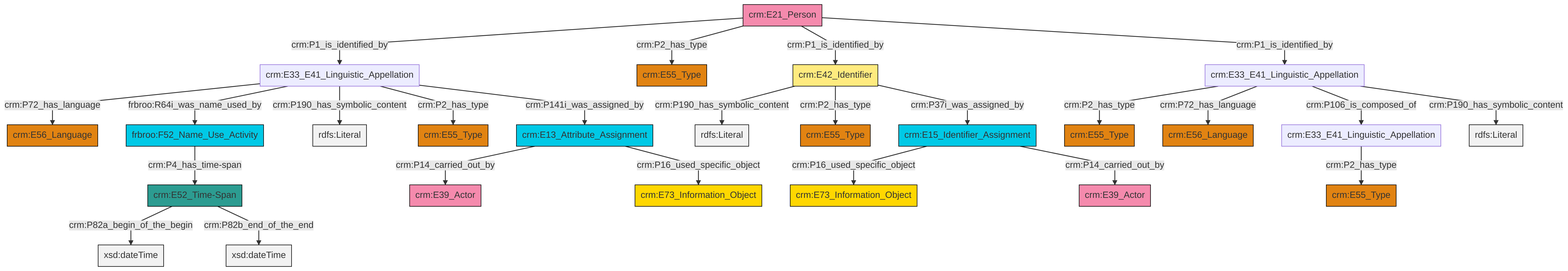
swiss-art-research-net/docs.swissartresearch keeps this Mermaid diagram as et/personCSV/ttl/mmd/png/Person_Names_and_Classification.png. Above is the earlier version. Its source is kept beside it as et/personCSV/ttl/mmd/Person_Names_and_Classification.ttl.mmd.
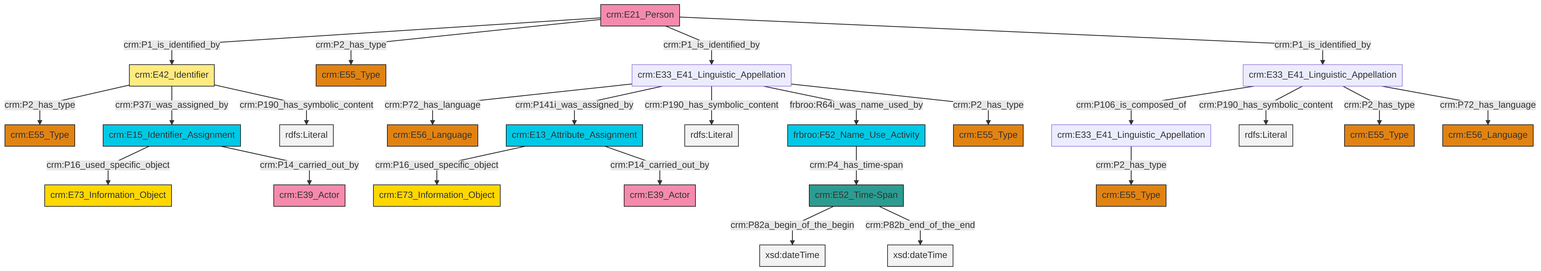
The same file after the commit.

Change to the diagram source:
```diff
@@ -13,27 +13,27 @@
 classDef PC_Classes fill:#4ce600, stroke:#000000;
 classDef Multi fill:#cccccc,stroke:#000000;
 
-0["crm:E21_Person"]:::Actor -->|crm:P1_is_identified_by| 1["crm:E33_E41_Linguistic_Appellation"]:::Default
-2["crm:E33_E41_Linguistic_Appellation"]:::Default -->|crm:P2_has_type| 7["crm:E55_Type"]:::Type
-1["crm:E33_E41_Linguistic_Appellation"]:::Default -->|crm:P72_has_language| 12["crm:E56_Language"]:::Type
-8["crm:E33_E41_Linguistic_Appellation"]:::Default -->|crm:P2_has_type| 4["crm:E55_Type"]:::Type
-18["crm:E42_Identifier"]:::Appellation -->|crm:P190_has_symbolic_content| 19[rdfs:Literal]:::Literal
-18["crm:E42_Identifier"]:::Appellation -->|crm:P2_has_type| 14["crm:E55_Type"]:::Type
-20["crm:E13_Attribute_Assignment"]:::Temporal_Entity -->|crm:P14_carried_out_by| 21["crm:E39_Actor"]:::Actor
-20["crm:E13_Attribute_Assignment"]:::Temporal_Entity -->|crm:P16_used_specific_object| 22["crm:E73_Information_Object"]:::Conceptual_Object
-10["crm:E15_Identifier_Assignment"]:::Temporal_Entity -->|crm:P16_used_specific_object| 23["crm:E73_Information_Object"]:::Conceptual_Object
-0["crm:E21_Person"]:::Actor -->|crm:P2_has_type| 24["crm:E55_Type"]:::Type
-0["crm:E21_Person"]:::Actor -->|crm:P1_is_identified_by| 18["crm:E42_Identifier"]:::Appellation
-28["crm:E52_Time-Span"]:::Time-Span -->|crm:P82a_begin_of_the_begin| 29[xsd:dateTime]:::Literal
-10["crm:E15_Identifier_Assignment"]:::Temporal_Entity -->|crm:P14_carried_out_by| 16["crm:E39_Actor"]:::Actor
-1["crm:E33_E41_Linguistic_Appellation"]:::Default -->|frbroo:R64i_was_name_used_by| 31["frbroo:F52_Name_Use_Activity"]:::Temporal_Entity
-18["crm:E42_Identifier"]:::Appellation -->|crm:P37i_was_assigned_by| 10["crm:E15_Identifier_Assignment"]:::Temporal_Entity
-8["crm:E33_E41_Linguistic_Appellation"]:::Default -->|crm:P72_has_language| 33["crm:E56_Language"]:::Type
-0["crm:E21_Person"]:::Actor -->|crm:P1_is_identified_by| 8["crm:E33_E41_Linguistic_Appellation"]:::Default
-31["frbroo:F52_Name_Use_Activity"]:::Temporal_Entity -->|crm:P4_has_time-span| 28["crm:E52_Time-Span"]:::Time-Span
-1["crm:E33_E41_Linguistic_Appellation"]:::Default -->|crm:P190_has_symbolic_content| 37[rdfs:Literal]:::Literal
-8["crm:E33_E41_Linguistic_Appellation"]:::Default -->|crm:P106_is_composed_of| 2["crm:E33_E41_Linguistic_Appellation"]:::Default
-1["crm:E33_E41_Linguistic_Appellation"]:::Default -->|crm:P2_has_type| 40["crm:E55_Type"]:::Type
-28["crm:E52_Time-Span"]:::Time-Span -->|crm:P82b_end_of_the_end| 43[xsd:dateTime]:::Literal
-1["crm:E33_E41_Linguistic_Appellation"]:::Default -->|crm:P141i_was_assigned_by| 20["crm:E13_Attribute_Assignment"]:::Temporal_Entity
-8["crm:E33_E41_Linguistic_Appellation"]:::Default -->|crm:P190_has_symbolic_content| 45[rdfs:Literal]:::Literal
+0["crm:E42_Identifier"]:::Appellation -->|crm:P2_has_type| 1["crm:E55_Type"]:::Type
+2["crm:E33_E41_Linguistic_Appellation"]:::Default -->|crm:P106_is_composed_of| 3["crm:E33_E41_Linguistic_Appellation"]:::Default
+4["crm:E33_E41_Linguistic_Appellation"]:::Default -->|crm:P72_has_language| 5["crm:E56_Language"]:::Type
+11["crm:E15_Identifier_Assignment"]:::Temporal_Entity -->|crm:P16_used_specific_object| 12["crm:E73_Information_Object"]:::Conceptual_Object
+13["crm:E21_Person"]:::Actor -->|crm:P1_is_identified_by| 0["crm:E42_Identifier"]:::Appellation
+4["crm:E33_E41_Linguistic_Appellation"]:::Default -->|crm:P141i_was_assigned_by| 18["crm:E13_Attribute_Assignment"]:::Temporal_Entity
+13["crm:E21_Person"]:::Actor -->|crm:P2_has_type| 8["crm:E55_Type"]:::Type
+11["crm:E15_Identifier_Assignment"]:::Temporal_Entity -->|crm:P14_carried_out_by| 21["crm:E39_Actor"]:::Actor
+4["crm:E33_E41_Linguistic_Appellation"]:::Default -->|crm:P190_has_symbolic_content| 25[rdfs:Literal]:::Literal
+3["crm:E33_E41_Linguistic_Appellation"]:::Default -->|crm:P2_has_type| 16["crm:E55_Type"]:::Type
+2["crm:E33_E41_Linguistic_Appellation"]:::Default -->|crm:P190_has_symbolic_content| 27[rdfs:Literal]:::Literal
+4["crm:E33_E41_Linguistic_Appellation"]:::Default -->|frbroo:R64i_was_name_used_by| 6["frbroo:F52_Name_Use_Activity"]:::Temporal_Entity
+6["frbroo:F52_Name_Use_Activity"]:::Temporal_Entity -->|crm:P4_has_time-span| 28["crm:E52_Time-Span"]:::Time-Span
+0["crm:E42_Identifier"]:::Appellation -->|crm:P37i_was_assigned_by| 11["crm:E15_Identifier_Assignment"]:::Temporal_Entity
+0["crm:E42_Identifier"]:::Appellation -->|crm:P190_has_symbolic_content| 29[rdfs:Literal]:::Literal
+13["crm:E21_Person"]:::Actor -->|crm:P1_is_identified_by| 4["crm:E33_E41_Linguistic_Appellation"]:::Default
+2["crm:E33_E41_Linguistic_Appellation"]:::Default -->|crm:P2_has_type| 14["crm:E55_Type"]:::Type
+2["crm:E33_E41_Linguistic_Appellation"]:::Default -->|crm:P72_has_language| 34["crm:E56_Language"]:::Type
+4["crm:E33_E41_Linguistic_Appellation"]:::Default -->|crm:P2_has_type| 31["crm:E55_Type"]:::Type
+13["crm:E21_Person"]:::Actor -->|crm:P1_is_identified_by| 2["crm:E33_E41_Linguistic_Appellation"]:::Default
+28["crm:E52_Time-Span"]:::Time-Span -->|crm:P82a_begin_of_the_begin| 37[xsd:dateTime]:::Literal
+18["crm:E13_Attribute_Assignment"]:::Temporal_Entity -->|crm:P16_used_specific_object| 22["crm:E73_Information_Object"]:::Conceptual_Object
+18["crm:E13_Attribute_Assignment"]:::Temporal_Entity -->|crm:P14_carried_out_by| 43["crm:E39_Actor"]:::Actor
+28["crm:E52_Time-Span"]:::Time-Span -->|crm:P82b_end_of_the_end| 45[xsd:dateTime]:::Literal
```
